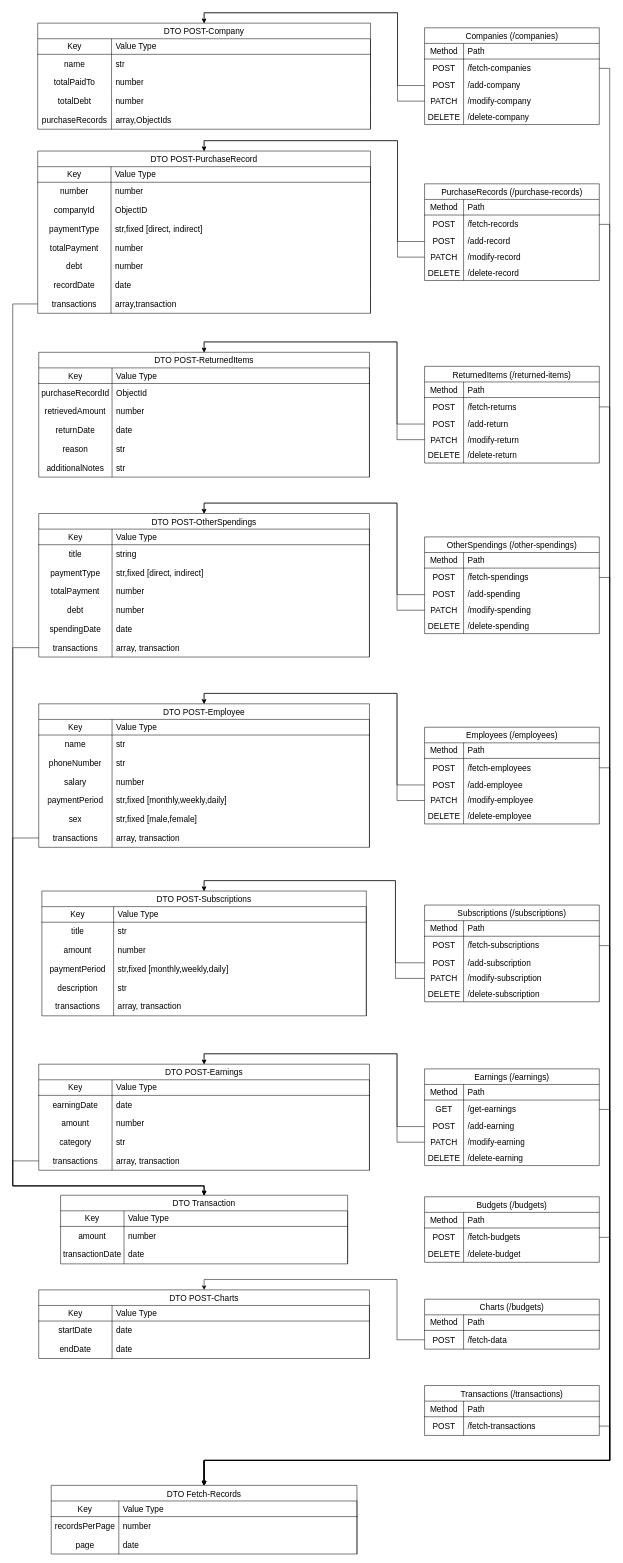
alifaisal101/shop-finances-manager keeps this draw.io diagram as docs/api.design.drawio. Above is the earlier version. Source tidied: cells renumbered, new cells numbered last; positions are measured from the earlier drawing's top-left corner, leaving out a move shared by most shapes. Both pictures are drawn from the tidied source at 52%, with x=0, y=0 at pixel (12, 23).
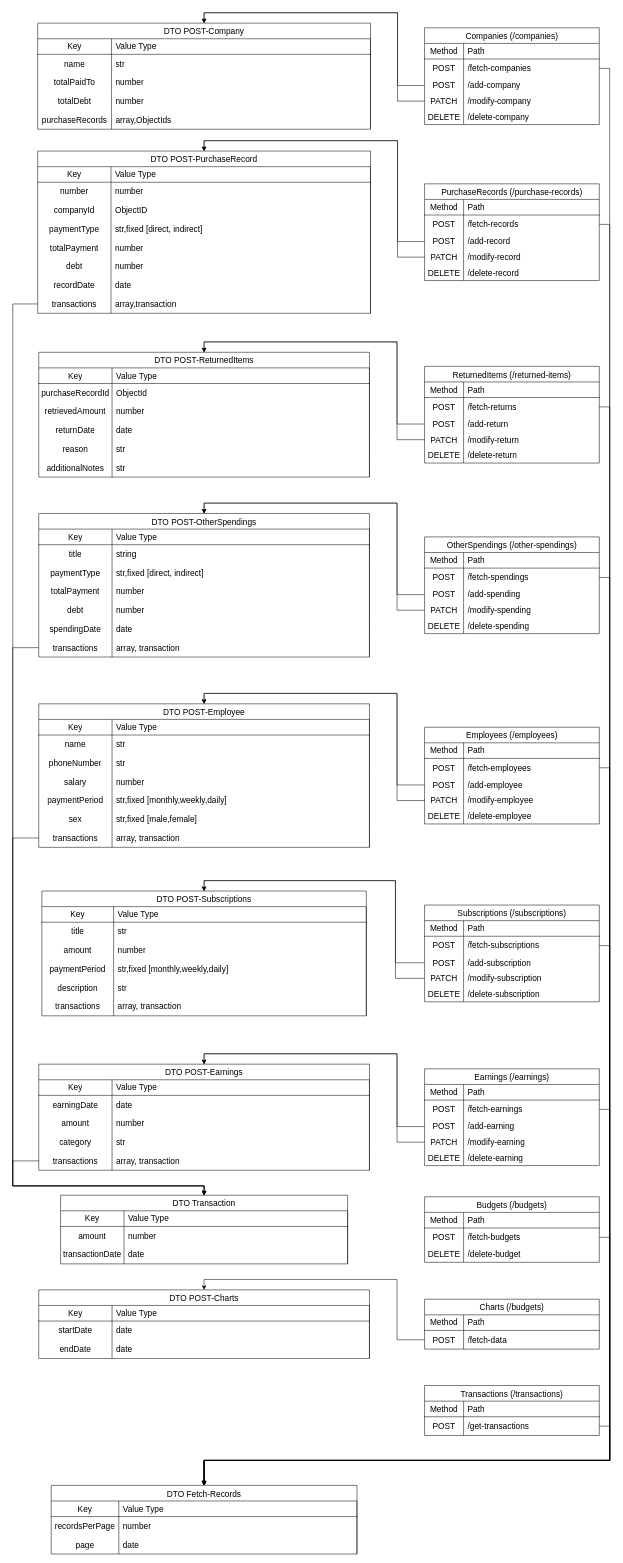
The same diagram, later.

Commit message (it also covers changes not shown here):
added earnings controller

The change refers to these unchanged cells:
```xml
<mxCell id="86" style="shape=tableRow;horizontal=0;startSize=0;swimlaneHead=0;swimlaneBody=0;top=0;left=0;bottom=0;right=0;fillColor=none;points=[[0,0.5],[1,0.5]];portConstraint=eastwest;strokeColor=inherit;fontSize=16;" parent="82" vertex="1">
  <mxGeometry y="60" width="336" height="36" as="geometry" />
</mxCell>
<mxCell id="354" style="shape=tableRow;horizontal=0;startSize=0;swimlaneHead=0;swimlaneBody=0;top=0;left=0;bottom=0;right=0;fillColor=none;points=[[0,0.5],[1,0.5]];portConstraint=eastwest;strokeColor=inherit;fontSize=16;" parent="350" vertex="1">
  <mxGeometry y="60" width="336" height="36" as="geometry" />
</mxCell>
```

The edit, as a diff of the source:
```diff
@@
-    <mxCell id="87" value="GET" style="shape=partialRectangle;html=1;whiteSpace=wrap;fillColor=none;top=0;left=0;bottom=0;right=0;overflow=hidden;strokeColor=inherit;fontSize=16;" parent="86" vertex="1">
+    <mxCell id="87" value="POST" style="shape=partialRectangle;html=1;whiteSpace=wrap;fillColor=none;top=0;left=0;bottom=0;right=0;overflow=hidden;strokeColor=inherit;fontSize=16;" parent="86" vertex="1">
       <mxGeometry width="75" height="36" as="geometry" />
     </mxCell>
-    <mxCell id="88" value="/get-earnings" style="shape=partialRectangle;html=1;whiteSpace=wrap;fillColor=none;top=0;left=0;bottom=0;right=0;align=left;spacingLeft=6;overflow=hidden;strokeColor=inherit;fontSize=16;" parent="86" vertex="1">
+    <mxCell id="88" value="/fetch-earnings" style="shape=partialRectangle;html=1;whiteSpace=wrap;fillColor=none;top=0;left=0;bottom=0;right=0;align=left;spacingLeft=6;overflow=hidden;strokeColor=inherit;fontSize=16;" parent="86" vertex="1">
       <mxGeometry x="75" width="261" height="36" as="geometry" />
     </mxCell>
@@
-    <mxCell id="356" value="/fetch-transactions" style="shape=partialRectangle;html=1;whiteSpace=wrap;fillColor=none;top=0;left=0;bottom=0;right=0;align=left;spacingLeft=6;overflow=hidden;strokeColor=inherit;fontSize=16;" parent="354" vertex="1">
+    <mxCell id="356" value="/get-transactions" style="shape=partialRectangle;html=1;whiteSpace=wrap;fillColor=none;top=0;left=0;bottom=0;right=0;align=left;spacingLeft=6;overflow=hidden;strokeColor=inherit;fontSize=16;" parent="354" vertex="1">
       <mxGeometry x="75" width="261" height="36" as="geometry" />
     </mxCell>
```
